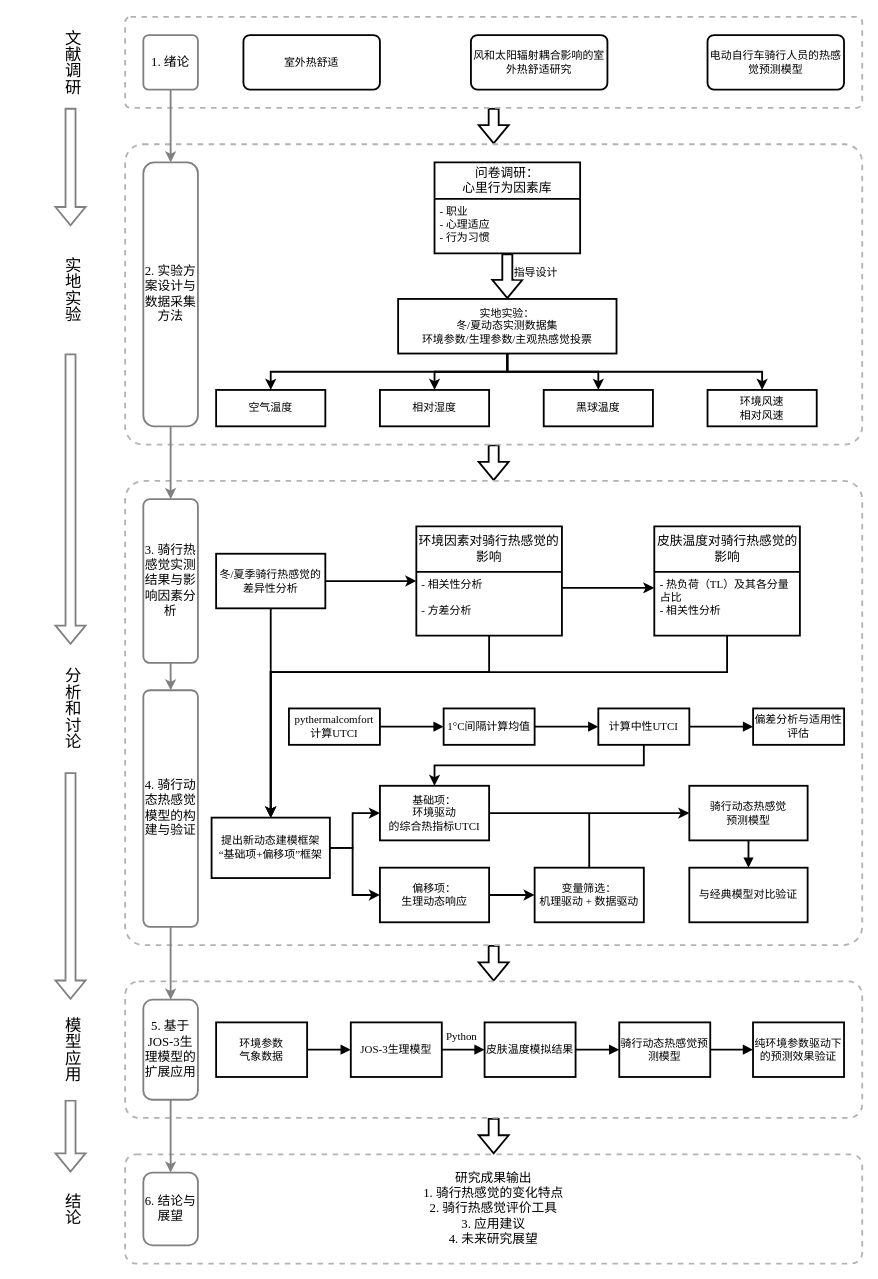
Before: all/技术路线草稿.drawio in spruceW/iodraw-files, a draw.io diagram. Source tidied: cells renumbered, new cells numbered last; positions are measured from the earlier drawing's top-left corner, leaving out a move shared by most shapes. Both pictures are drawn from the tidied source at 91%, with x=0, y=0 at pixel (15, 16).
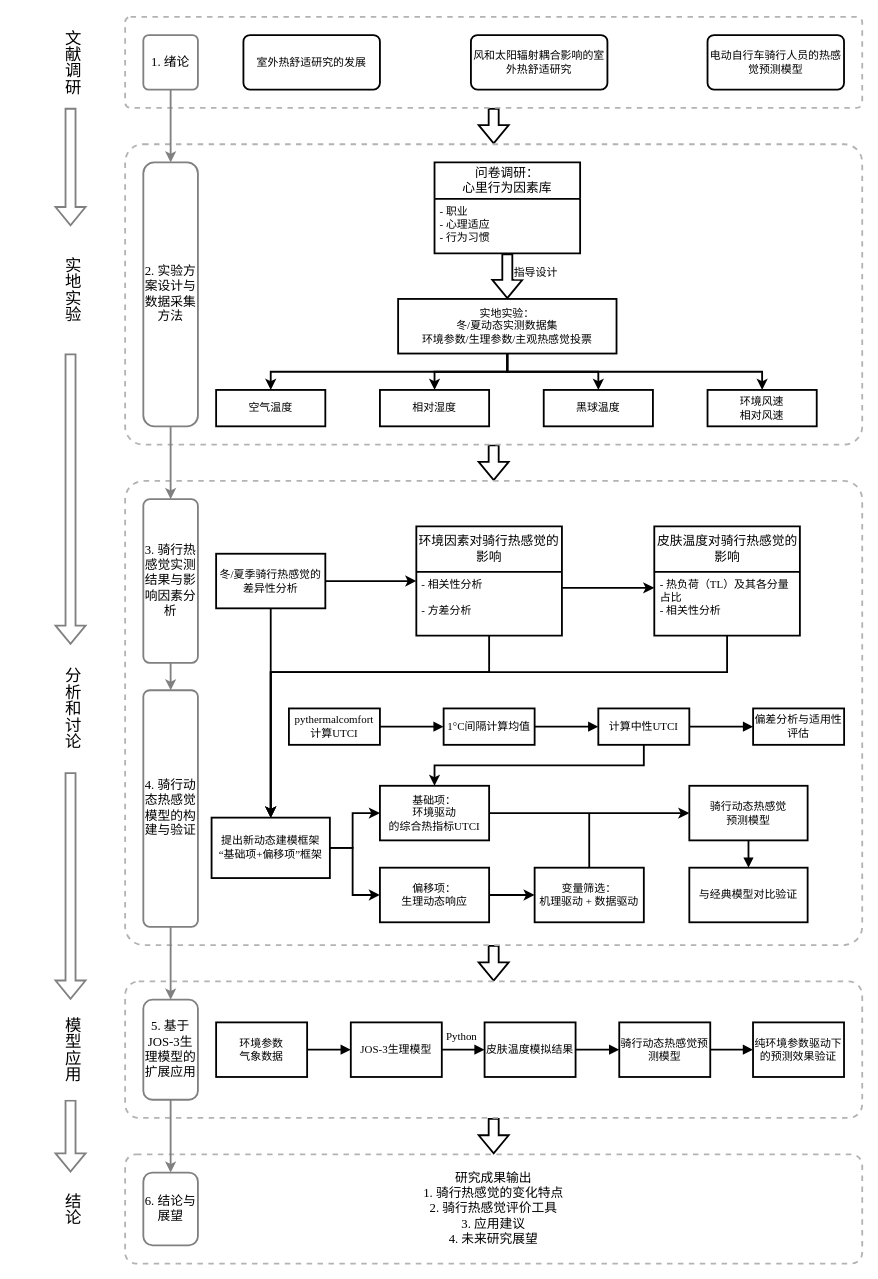
After the change.

Commit message (it also covers changes not shown here):
20260115更新技术路线草稿.drawio

The edit, as a diff of the source:
```diff
@@
-    <mxCell id="17" value="室外热舒适" style="rounded=1;whiteSpace=wrap;html=1;arcSize=12;strokeWidth=2;fontFamily=Times New Roman;" parent="1" vertex="1">
+    <mxCell id="17" value="室外热舒适研究的发展" style="rounded=1;whiteSpace=wrap;html=1;arcSize=12;strokeWidth=2;fontFamily=Times New Roman;" parent="1" vertex="1">
       <mxGeometry x="250" y="20" width="150" height="60" as="geometry" />
     </mxCell>
```
